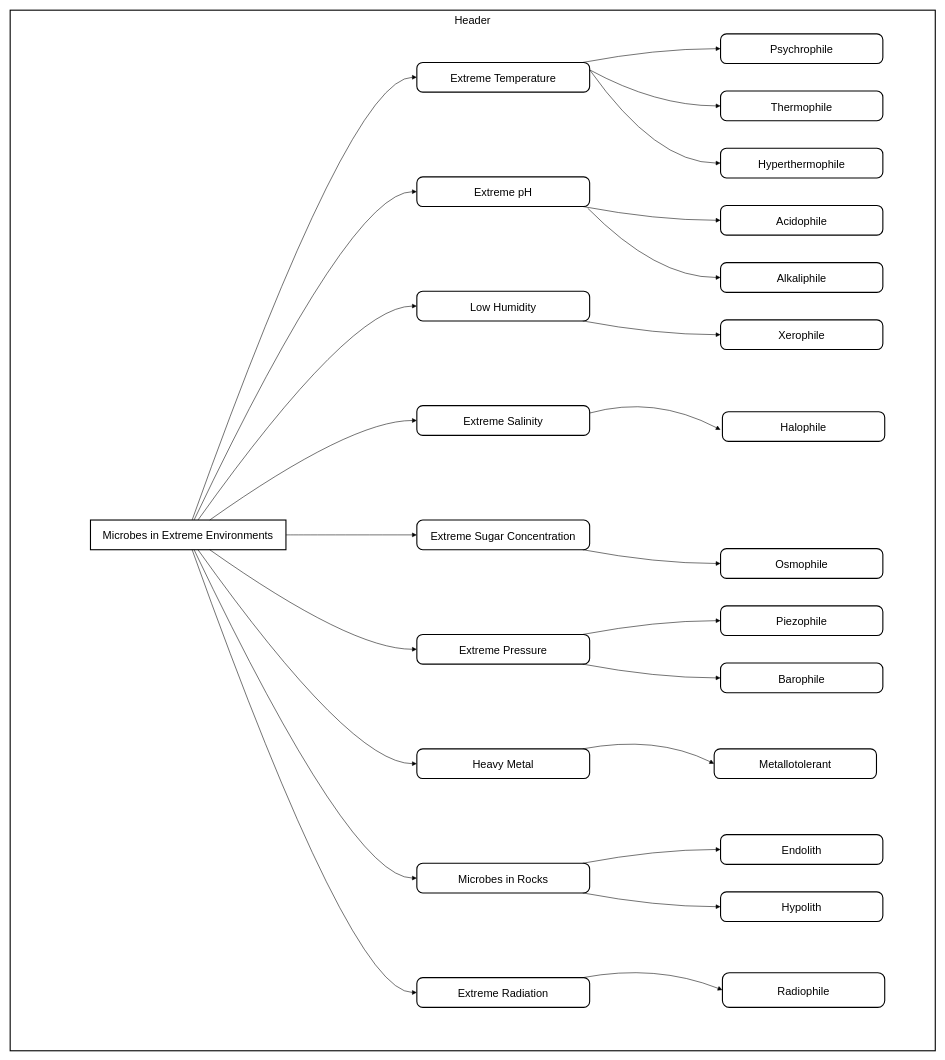
Before: Untitled Diagram.drawio in epsit03/autoFormFiller, a draw.io diagram. Source tidied: cells renumbered, new cells numbered last; positions are measured from the earlier drawing's top-left corner, leaving out a move shared by most shapes. Both pictures are drawn from the tidied source at 55%, with x=0, y=0 at pixel (10, 10).
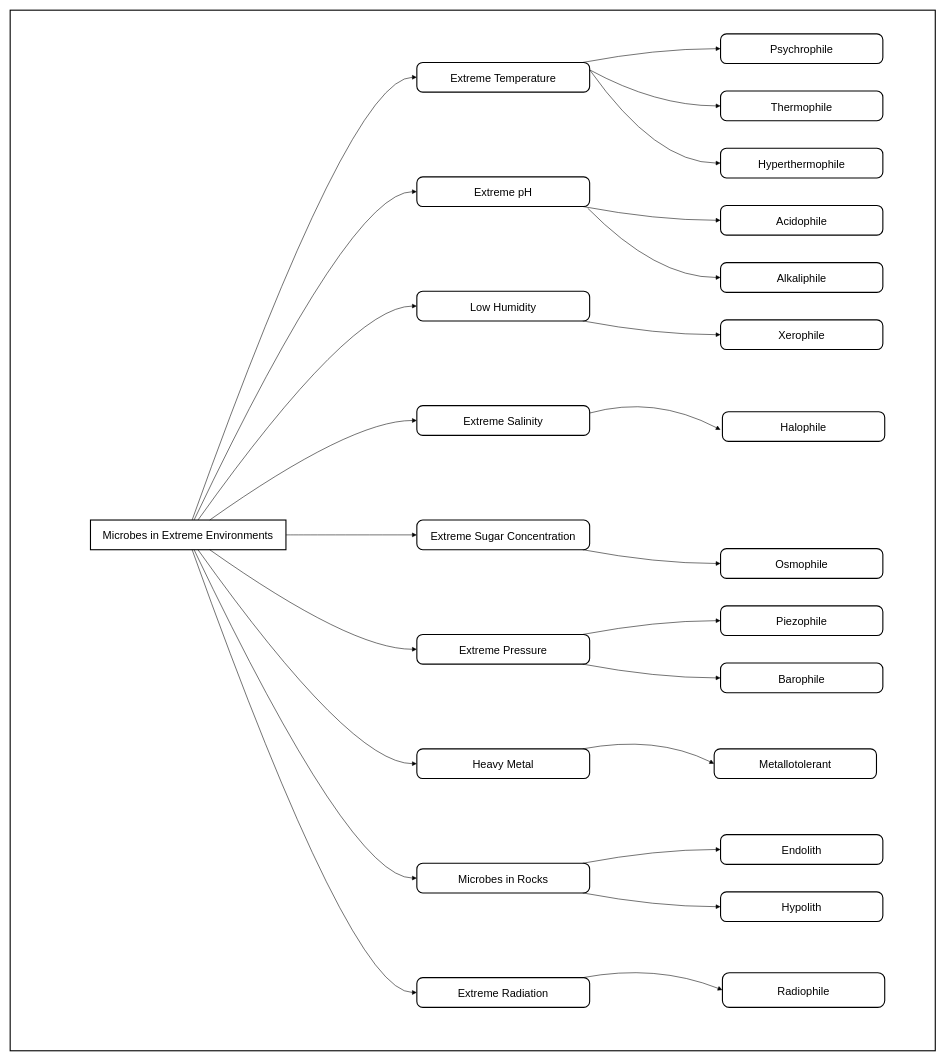
After the change.

Diff of the diagram source:
```diff
@@
-    <mxCell id="2" value="Header" style="whiteSpace=wrap;strokeWidth=2;verticalAlign=top;fontSize=20;" parent="1" vertex="1">
+    <mxCell id="2" style="whiteSpace=wrap;strokeWidth=2;verticalAlign=top;fontSize=20;" parent="1" vertex="1">
       <mxGeometry width="1682" height="1892" as="geometry" />
     </mxCell>
```
